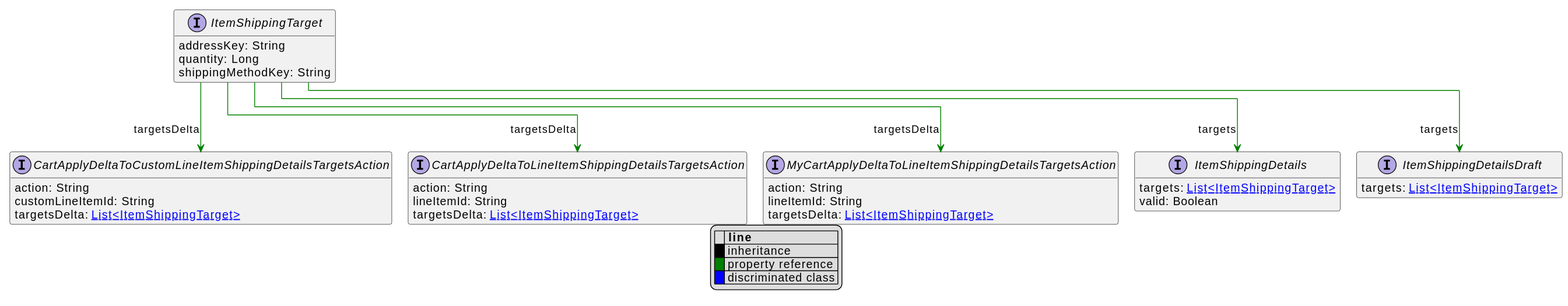
Above: uml/api/svg/ItemShippingTarget.svg in commercetools/commercetools-api-reference (PlantUML), before the change.
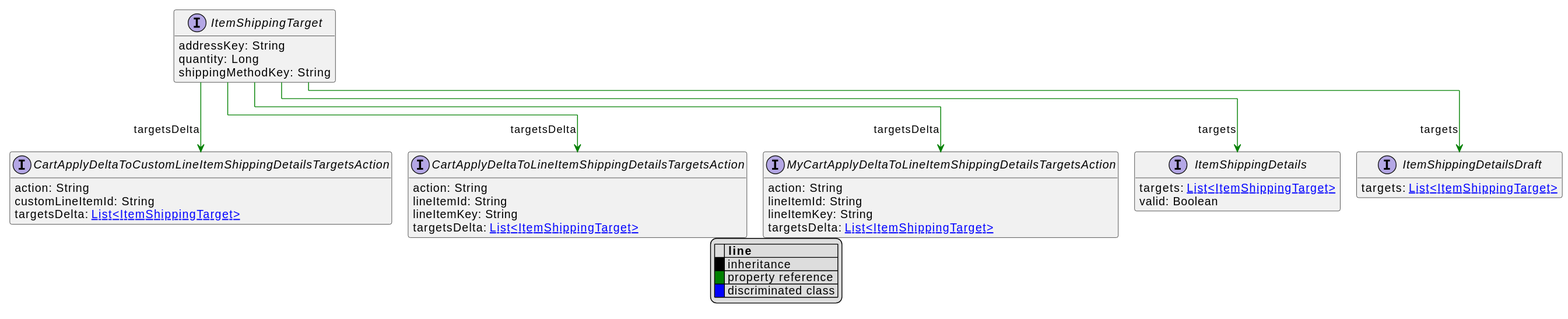
The same diagram one commit later.

Diff of the diagram source:
```diff
@@ -31,11 +31,13 @@
 interface CartApplyDeltaToLineItemShippingDetailsTargetsAction [[CartApplyDeltaToLineItemShippingDetailsTargetsAction.svg]]  {
     action: String
     lineItemId: String
+    lineItemKey: String
     targetsDelta: [[ItemShippingTarget.svg List<ItemShippingTarget>]]
 }
 interface MyCartApplyDeltaToLineItemShippingDetailsTargetsAction [[MyCartApplyDeltaToLineItemShippingDetailsTargetsAction.svg]]  {
     action: String
     lineItemId: String
+    lineItemKey: String
     targetsDelta: [[ItemShippingTarget.svg List<ItemShippingTarget>]]
 }
 
```
